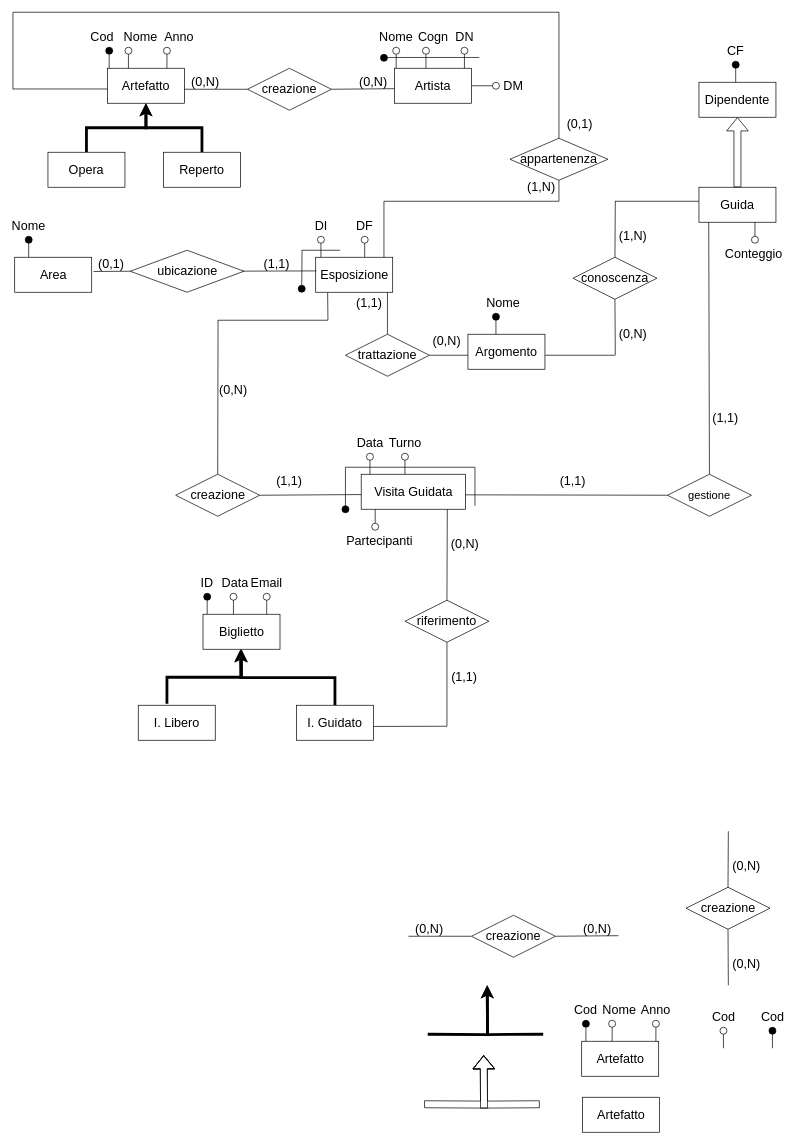
Before: ER.drawio in Chris-Libra-Unipd/ProgettoBasi, a draw.io diagram. Source tidied: cells renumbered, new cells numbered last; positions are measured from the earlier drawing's top-left corner, leaving out a move shared by most shapes. Both pictures are drawn from the tidied source at 70%, with x=0, y=0 at pixel (13, 12).
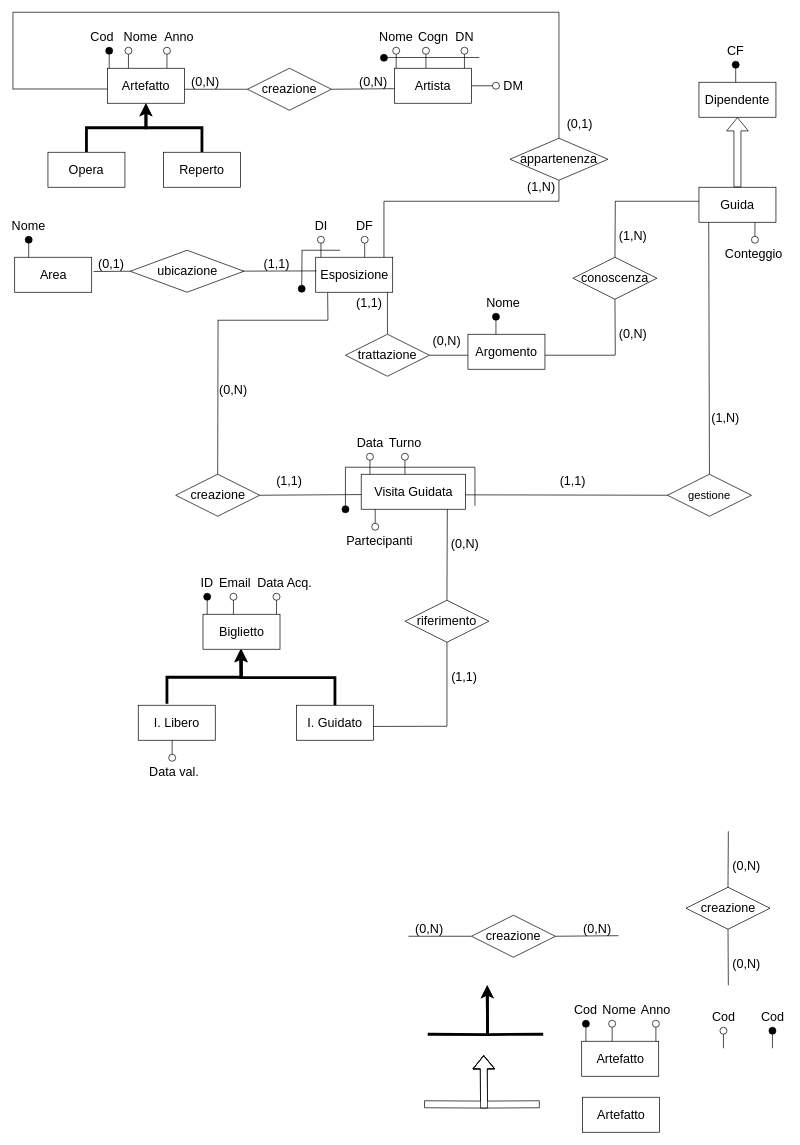
The same diagram, later.

Diff of the diagram source:
```diff
@@
-    <mxCell id="139" value="&lt;span style=&quot;font-size: 18px;&quot;&gt;(1,1)&lt;/span&gt;" style="text;html=1;align=center;verticalAlign=middle;whiteSpace=wrap;rounded=0;" parent="1" vertex="1">
+    <mxCell id="139" value="&lt;span style=&quot;font-size: 18px;&quot;&gt;(1,N)&lt;/span&gt;" style="text;html=1;align=center;verticalAlign=middle;whiteSpace=wrap;rounded=0;" parent="1" vertex="1">
       <mxGeometry x="997.5" y="570" width="40" height="20" as="geometry" />
     </mxCell>
@@
-    <mxCell id="165" value="&lt;span style=&quot;font-size: 18px;&quot;&gt;Data&lt;/span&gt;" style="text;html=1;align=center;verticalAlign=middle;whiteSpace=wrap;rounded=0;" parent="1" vertex="1">
+    <mxCell id="165" value="&lt;span style=&quot;font-size: 18px;&quot;&gt;Email&lt;/span&gt;" style="text;html=1;align=center;verticalAlign=middle;whiteSpace=wrap;rounded=0;" parent="1" vertex="1">
       <mxGeometry x="295" y="810" width="45" height="10" as="geometry" />
     </mxCell>
     <mxCell id="166" style="verticalLabelPosition=bottom;verticalAlign=top;html=1;shape=mxgraph.flowchart.on-page_reference;" parent="1" vertex="1">
-      <mxGeometry x="357.5" y="830" width="10" height="10" as="geometry" />
+      <mxGeometry x="371.5" y="830" width="10" height="10" as="geometry" />
     </mxCell>
     <mxCell id="167" style="endArrow=none;html=1;rounded=0;entryX=0.5;entryY=1;entryDx=0;entryDy=0;entryPerimeter=0;" parent="1" edge="1" target="166">
       <mxGeometry relative="1" as="geometry">
-        <mxPoint x="362.5" y="860" as="sourcePoint" />
+        <mxPoint x="376.5" y="860" as="sourcePoint" />
       </mxGeometry>
     </mxCell>
-    <mxCell id="168" value="&lt;font style=&quot;font-size: 18px;&quot;&gt;Email&lt;/font&gt;" style="text;html=1;align=center;verticalAlign=middle;whiteSpace=wrap;rounded=0;" parent="1" vertex="1">
-      <mxGeometry x="340" y="810" width="45" height="10" as="geometry" />
+    <mxCell id="168" value="&lt;font style=&quot;font-size: 18px;&quot;&gt;Data Acq.&lt;/font&gt;" style="text;html=1;align=center;verticalAlign=middle;whiteSpace=wrap;rounded=0;" parent="1" vertex="1">
+      <mxGeometry x="340" y="810" width="96.5" height="10" as="geometry" />
     </mxCell>
@@
+    <mxCell id="174" style="verticalLabelPosition=bottom;verticalAlign=top;html=1;shape=mxgraph.flowchart.on-page_reference;" parent="1" vertex="1">
+      <mxGeometry x="222.5" y="1060" width="10" height="10" as="geometry" />
+    </mxCell>
+    <mxCell id="175" style="endArrow=none;html=1;rounded=0;entryX=0.5;entryY=1;entryDx=0;entryDy=0;entryPerimeter=0;" parent="1" edge="1">
+      <mxGeometry relative="1" as="geometry">
+        <mxPoint x="227.4" y="1060" as="sourcePoint" />
+        <mxPoint x="227.4" y="1040" as="targetPoint" />
+      </mxGeometry>
+    </mxCell>
+    <mxCell id="176" value="&lt;span style=&quot;font-size: 18px;&quot;&gt;Data val.&lt;/span&gt;" style="text;html=1;align=center;verticalAlign=middle;whiteSpace=wrap;rounded=0;" parent="1" vertex="1">
+      <mxGeometry x="187.5" y="1080" width="85" height="10" as="geometry" />
+    </mxCell>
```
